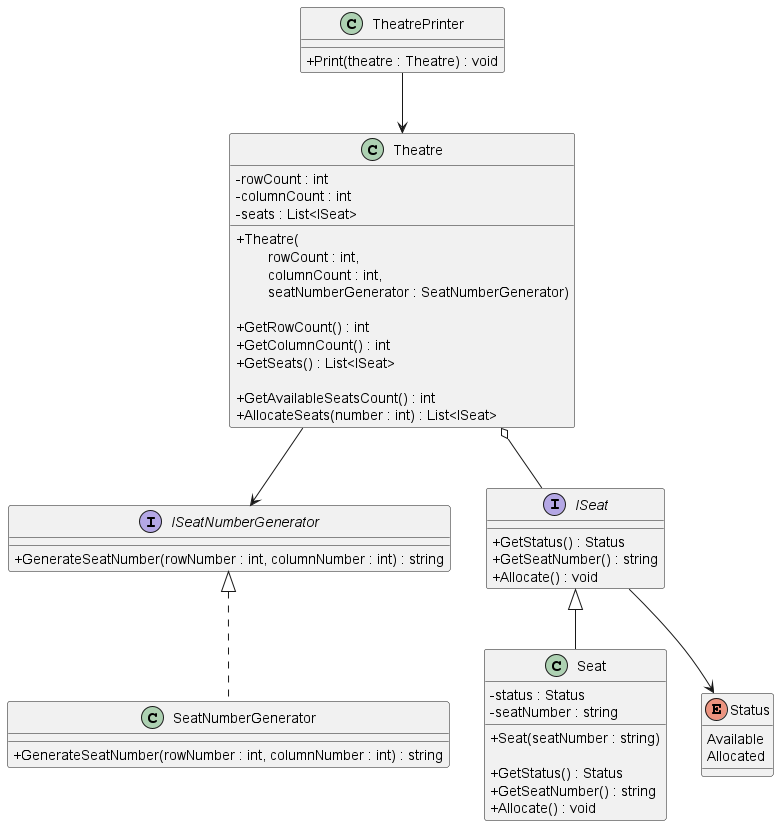
Above: diagrams/cinnamon cinemas.png in iamfranco/CinnamonCinemasChallenge (PlantUML), before the change.
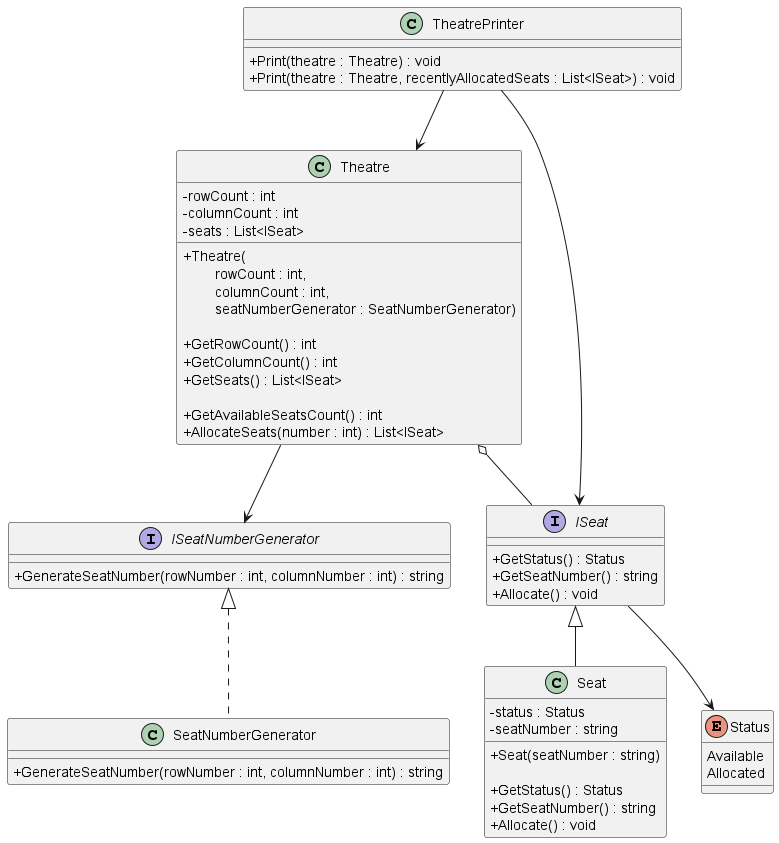
The same diagram one commit later.

Commit message:
UML: add Print method overload for highlighting recently allocated seats

The edit, as a diff of the source:
```diff
@@ -3,6 +3,7 @@
 
 class TheatrePrinter {
     + Print(theatre : Theatre) : void
+    + Print(theatre : Theatre, recentlyAllocatedSeats : List<ISeat>) : void
 }
 
 interface ISeatNumberGenerator {
@@ -51,6 +52,8 @@
 }
 
 TheatrePrinter --> Theatre
+TheatrePrinter ---> ISeat
+
 Theatre o-- ISeat
 Theatre --> ISeatNumberGenerator
 
```
